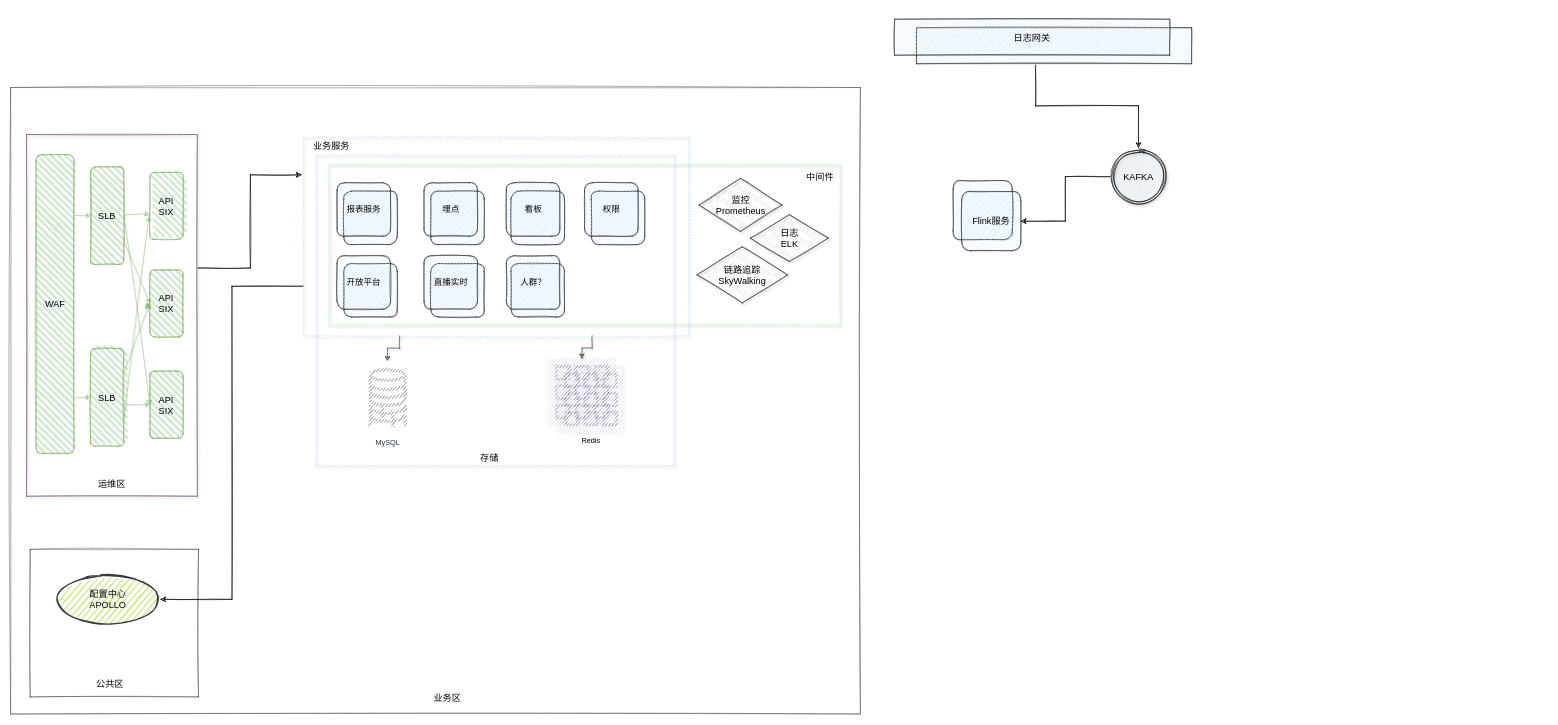
Above: 数据线架构图.drawio in okhanyu/drawio (draw.io), before the change. Source tidied: cells renumbered, new cells numbered last; positions are measured from the earlier drawing's top-left corner, leaving out a move shared by most shapes. Both pictures are drawn from the tidied source at 61%, with x=0, y=0 at pixel (10, 19).
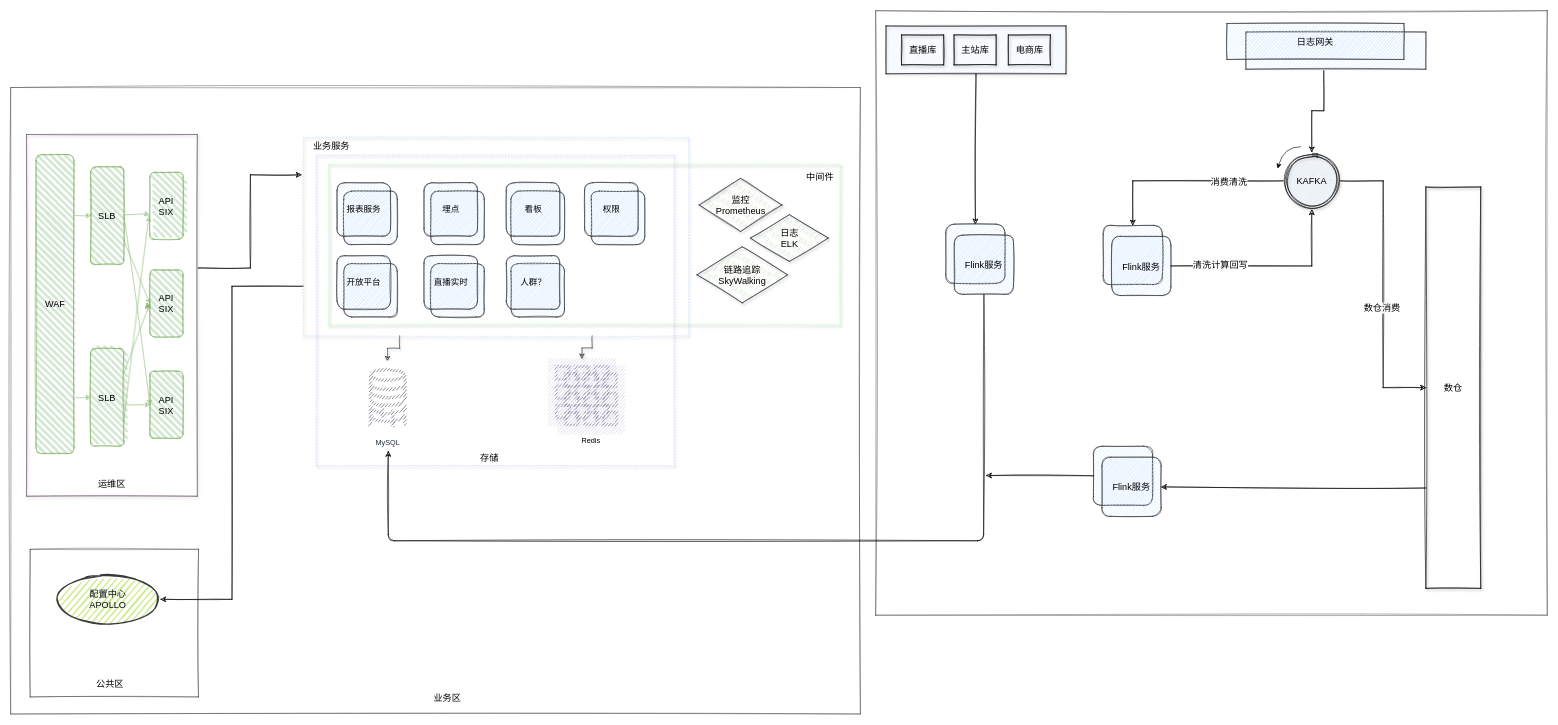
Above is the later version.

Commit message:
更新数据线架构图.drawio

The change refers to these unchanged cells:
```xml
<mxCell id="58" style="whiteSpace=wrap;html=1;rounded=1;shadow=0;glass=0;labelBackgroundColor=none;strokeColor=#36393d;fillColor=#cce5ff;sketch=1;" parent="57" vertex="1">
  <mxGeometry width="97" height="97" as="geometry" />
</mxCell>
<mxCell id="59" value="&lt;font style=&quot;font-size: 15px&quot;&gt;Flink服务&lt;/font&gt;" style="whiteSpace=wrap;html=1;rounded=1;shadow=0;glass=0;labelBackgroundColor=none;strokeColor=#36393d;fillColor=#cce5ff;sketch=1;" parent="57" vertex="1">
  <mxGeometry x="14" y="18" width="97" height="97" as="geometry" />
</mxCell>
```

What changed in the source:
```diff
@@
+    <mxCell id="63" style="rounded=0;whiteSpace=wrap;html=1;shadow=0;glass=0;sketch=1;fontSize=15;strokeColor=#000000;strokeWidth=0.5;fillColor=none;dashed=1;dashPattern=1 2;" parent="1" vertex="1">
+      <mxGeometry x="1418" y="-14" width="1101" height="991" as="geometry" />
+    </mxCell>
+    <mxCell id="4" style="rounded=0;whiteSpace=wrap;html=1;shadow=1;sketch=1;fillColor=none;fontSize=14;dashed=1;perimeterSpacing=0;strokeWidth=1;dashPattern=1 4;strokeColor=#E5CCFF;" parent="1" vertex="1">
+      <mxGeometry x="501" y="223" width="587" height="509" as="geometry" />
+    </mxCell>
+    <mxCell id="52" style="rounded=0;whiteSpace=wrap;html=1;shadow=0;glass=0;dashed=1;dashPattern=1 2;sketch=1;fontSize=15;strokeColor=#000000;strokeWidth=0.5;fillColor=none;" parent="1" vertex="1">
+      <mxGeometry y="112" width="1393" height="1027" as="geometry" />
+    </mxCell>
@@
-    <mxCell id="4" style="rounded=0;whiteSpace=wrap;html=1;shadow=1;sketch=1;fillColor=none;fontSize=14;dashed=1;perimeterSpacing=0;strokeWidth=1;dashPattern=1 4;strokeColor=#E5CCFF;" parent="1" vertex="1">
-      <mxGeometry x="501" y="223" width="587" height="509" as="geometry" />
-    </mxCell>
@@
-    <mxCell id="52" style="rounded=0;whiteSpace=wrap;html=1;shadow=0;glass=0;dashed=1;dashPattern=1 2;sketch=1;fontSize=15;strokeColor=#000000;strokeWidth=0.5;fillColor=none;" parent="1" vertex="1">
-      <mxGeometry y="112" width="1393" height="1027" as="geometry" />
-    </mxCell>
@@
-    <mxCell id="55" style="edgeStyle=orthogonalEdgeStyle;rounded=0;sketch=1;jettySize=auto;html=1;exitX=0;exitY=0.5;exitDx=0;exitDy=0;shadow=0;fontSize=15;strokeWidth=1;" parent="1" edge="1" source="56" target="59">
+    <mxCell id="55" style="edgeStyle=orthogonalEdgeStyle;rounded=0;sketch=1;jettySize=auto;html=1;exitX=0;exitY=0.5;exitDx=0;exitDy=0;shadow=0;fontSize=15;strokeWidth=1;entryX=0.5;entryY=0;entryDx=0;entryDy=0;" parent="1" edge="1" source="56" target="58">
       <mxGeometry relative="1" as="geometry" />
     </mxCell>
+    <mxCell id="64" value="消费清洗" style="edgeLabel;html=1;align=center;verticalAlign=middle;fontSize=15;" parent="55" vertex="1">
+      <mxGeometry x="-0.24" y="1" relative="1" as="geometry">
+        <mxPoint x="31" y="-1" as="offset" />
+      </mxGeometry>
+    </mxCell>
+    <mxCell id="65" style="edgeStyle=orthogonalEdgeStyle;rounded=0;sketch=1;jettySize=auto;html=1;exitX=1;exitY=0.5;exitDx=0;exitDy=0;entryX=0;entryY=0.5;entryDx=0;entryDy=0;shadow=0;fontSize=15;strokeWidth=1;" parent="1" edge="1" source="56" target="70">
+      <mxGeometry relative="1" as="geometry" />
+    </mxCell>
+    <mxCell id="66" value="数仓消费" style="edgeLabel;html=1;align=center;verticalAlign=middle;fontSize=15;" parent="65" vertex="1">
+      <mxGeometry x="0.35" y="-2" relative="1" as="geometry">
+        <mxPoint x="-1" y="-46" as="offset" />
+      </mxGeometry>
+    </mxCell>
     <mxCell id="56" value="KAFKA" style="ellipse;shape=doubleEllipse;whiteSpace=wrap;html=1;shadow=1;glass=0;sketch=1;fontSize=15;strokeWidth=1;fillColor=#cce5ff;" parent="1" vertex="1">
-      <mxGeometry x="1802" y="211" width="94" height="94" as="geometry" />
+      <mxGeometry x="2086" y="218" width="94" height="94" as="geometry" />
     </mxCell>
     <mxCell id="57" style="group;" parent="1" vertex="1">
-      <mxGeometry x="1545" y="264.5" width="111" height="115" as="geometry" />
+      <mxGeometry x="1791" y="338" width="111" height="115" as="geometry" />
     </mxCell>
@@
-    <mxCell id="60" style="group;" parent="1" vertex="1">
-      <mxGeometry x="1449" width="487" height="73" as="geometry" />
-    </mxCell>
+    <mxCell id="67" style="edgeStyle=orthogonalEdgeStyle;rounded=0;sketch=1;jettySize=auto;html=1;exitX=1;exitY=0.5;exitDx=0;exitDy=0;shadow=0;fontSize=15;strokeWidth=1;entryX=0.5;entryY=1;entryDx=0;entryDy=0;" parent="1" edge="1" source="59" target="56">
+      <mxGeometry relative="1" as="geometry" />
+    </mxCell>
+    <mxCell id="68" value="清洗计算回写" style="edgeLabel;html=1;align=center;verticalAlign=middle;fontSize=15;" parent="67" vertex="1">
+      <mxGeometry x="-0.44" y="4" relative="1" as="geometry">
+        <mxPoint x="-11" y="1" as="offset" />
+      </mxGeometry>
+    </mxCell>
+    <mxCell id="69" style="edgeStyle=none;rounded=0;sketch=1;jettySize=auto;html=1;exitX=0;exitY=0.75;exitDx=0;exitDy=0;shadow=0;fontSize=15;strokeWidth=1;" parent="1" edge="1" source="70" target="86">
+      <mxGeometry relative="1" as="geometry" />
+    </mxCell>
+    <mxCell id="70" value="数仓" style="rounded=0;whiteSpace=wrap;html=1;shadow=1;glass=0;sketch=1;fontSize=15;strokeColor=#000000;strokeWidth=1;fillColor=none;" parent="1" vertex="1">
+      <mxGeometry x="2320" y="275" width="90" height="658" as="geometry" />
+    </mxCell>
+    <mxCell id="71" style="curved=1;endArrow=classic;html=1;shadow=0;fontSize=15;strokeWidth=1;" parent="1" edge="1">
+      <mxGeometry relative="1" as="geometry">
+        <mxPoint x="2115" y="209" as="sourcePoint" />
+        <mxPoint x="2077" y="245" as="targetPoint" />
+        <Array as="points">
+          <mxPoint x="2087" y="209" />
+        </Array>
+      </mxGeometry>
+    </mxCell>
+    <mxCell id="72" style="endArrow=classic;html=1;shadow=0;fontSize=15;strokeWidth=1;exitX=0.5;exitY=1;exitDx=0;exitDy=0;sketch=1;" parent="1" edge="1" source="83">
+      <mxGeometry relative="1" as="geometry">
+        <mxPoint x="619" y="708" as="targetPoint" />
+        <Array as="points">
+          <mxPoint x="1595" y="855" />
+          <mxPoint x="619" y="855" />
+        </Array>
+      </mxGeometry>
+    </mxCell>
+    <mxCell id="73" style="group;" parent="1" vertex="1">
+      <mxGeometry x="1994" y="7" width="326" height="75" as="geometry" />
+    </mxCell>
-    <mxCell id="61" style="rounded=0;whiteSpace=wrap;html=1;shadow=0;glass=0;sketch=1;fontSize=15;strokeColor=#36393d;strokeWidth=1;fillColor=#cce5ff;" parent="60" vertex="1">
-      <mxGeometry x="36" y="14" width="451" height="59" as="geometry" />
+    <mxCell id="61" style="rounded=0;whiteSpace=wrap;html=1;shadow=0;glass=0;sketch=1;fontSize=15;strokeColor=#36393d;strokeWidth=1;fillColor=#cce5ff;" parent="73" vertex="1">
+      <mxGeometry x="31" y="14" width="295" height="61" as="geometry" />
     </mxCell>
-    <mxCell id="62" value="日志网关" style="rounded=0;whiteSpace=wrap;html=1;shadow=0;glass=0;sketch=1;fontSize=15;strokeColor=#36393d;strokeWidth=1;fillColor=#cce5ff;" parent="60" vertex="1">
-      <mxGeometry width="451" height="59" as="geometry" />
+    <mxCell id="62" value="日志网关" style="rounded=0;whiteSpace=wrap;html=1;shadow=0;glass=0;sketch=1;fontSize=15;strokeColor=#36393d;strokeWidth=1;fillColor=#cce5ff;" parent="73" vertex="1">
+      <mxGeometry width="290" height="59" as="geometry" />
     </mxCell>
+    <mxCell id="74" style="group;fillColor=#cce5ff;strokeColor=#36393d;sketch=1;shadow=0;strokeWidth=0.5;fillStyle=hachure;" parent="1" vertex="1">
+      <mxGeometry x="1435" y="11" width="295" height="78.5" as="geometry" />
+    </mxCell>
+    <mxCell id="75" style="group;" parent="74" vertex="1">
+      <mxGeometry x="25.5" y="14.8" width="244" height="49" as="geometry" />
+    </mxCell>
+    <mxCell id="76" value="直播库" style="rounded=0;whiteSpace=wrap;html=1;shadow=1;glass=0;sketch=1;fontSize=15;strokeColor=#000000;strokeWidth=1;fillColor=none;" parent="75" vertex="1">
+      <mxGeometry width="69" height="49" as="geometry" />
+    </mxCell>
+    <mxCell id="77" value="主站库" style="rounded=0;whiteSpace=wrap;html=1;shadow=1;glass=0;sketch=1;fontSize=15;strokeColor=#000000;strokeWidth=1;fillColor=none;" parent="75" vertex="1">
+      <mxGeometry x="86" width="69" height="49" as="geometry" />
+    </mxCell>
+    <mxCell id="78" value="电商库" style="rounded=0;whiteSpace=wrap;html=1;shadow=1;glass=0;sketch=1;fontSize=15;strokeColor=#000000;strokeWidth=1;fillColor=none;" parent="75" vertex="1">
+      <mxGeometry x="175" width="69" height="49" as="geometry" />
+    </mxCell>
+    <mxCell id="79" style="rounded=0;whiteSpace=wrap;html=1;shadow=1;glass=0;sketch=1;fontSize=15;strokeColor=#000000;strokeWidth=0.5;fillColor=none;" parent="74" vertex="1">
+      <mxGeometry width="295" height="78.5" as="geometry" />
+    </mxCell>
+    <mxCell id="80" style="rounded=0;sketch=1;jettySize=auto;html=1;exitX=0.5;exitY=1;exitDx=0;exitDy=0;shadow=0;fontSize=15;strokeWidth=1;entryX=0.5;entryY=0;entryDx=0;entryDy=0;" parent="1" edge="1" source="79" target="82">
+      <mxGeometry relative="1" as="geometry" />
+    </mxCell>
+    <mxCell id="81" style="group;" parent="1" vertex="1">
+      <mxGeometry x="1533" y="336" width="111" height="115" as="geometry" />
+    </mxCell>
+    <mxCell id="82" style="whiteSpace=wrap;html=1;rounded=1;shadow=0;glass=0;labelBackgroundColor=none;strokeColor=#36393d;fillColor=#cce5ff;sketch=1;" parent="81" vertex="1">
+      <mxGeometry width="97" height="97" as="geometry" />
+    </mxCell>
+    <mxCell id="83" value="&lt;font style=&quot;font-size: 15px&quot;&gt;Flink服务&lt;/font&gt;" style="whiteSpace=wrap;html=1;rounded=1;shadow=0;glass=0;labelBackgroundColor=none;strokeColor=#36393d;fillColor=#cce5ff;sketch=1;" parent="81" vertex="1">
+      <mxGeometry x="14" y="18" width="97" height="97" as="geometry" />
+    </mxCell>
+    <mxCell id="84" style="group;" parent="1" vertex="1">
+      <mxGeometry x="1775" y="700" width="111" height="115" as="geometry" />
+    </mxCell>
+    <mxCell id="85" style="whiteSpace=wrap;html=1;rounded=1;shadow=0;glass=0;labelBackgroundColor=none;strokeColor=#36393d;fillColor=#cce5ff;sketch=1;" parent="84" vertex="1">
+      <mxGeometry width="97" height="97" as="geometry" />
+    </mxCell>
+    <mxCell id="86" value="&lt;font style=&quot;font-size: 15px&quot;&gt;Flink服务&lt;/font&gt;" style="whiteSpace=wrap;html=1;rounded=1;shadow=0;glass=0;labelBackgroundColor=none;strokeColor=#36393d;fillColor=#cce5ff;sketch=1;" parent="84" vertex="1">
+      <mxGeometry x="14" y="18" width="97" height="97" as="geometry" />
+    </mxCell>
+    <mxCell id="87" style="edgeStyle=none;rounded=0;sketch=1;jettySize=auto;html=1;exitX=0;exitY=0.5;exitDx=0;exitDy=0;shadow=0;fontSize=15;strokeWidth=1;" parent="1" edge="1" source="85">
+      <mxGeometry relative="1" as="geometry">
+        <mxPoint x="1599.3" y="748" as="targetPoint" />
+      </mxGeometry>
+    </mxCell>
```
